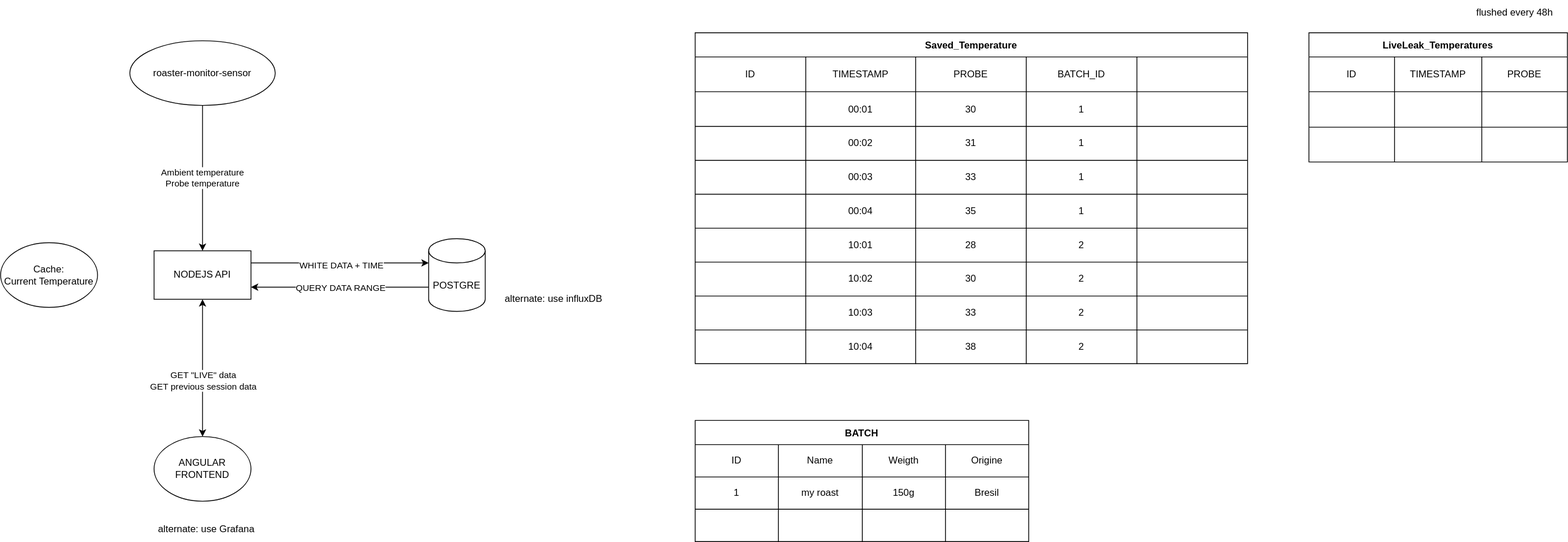
Above: structure.drawio.svg in SuperJSBros/roaster-monitor-api (draw.io), before the change. Source tidied: cells renumbered, new cells last; positions are measured from the earlier drawing's top-left corner, leaving out a move shared by most shapes.
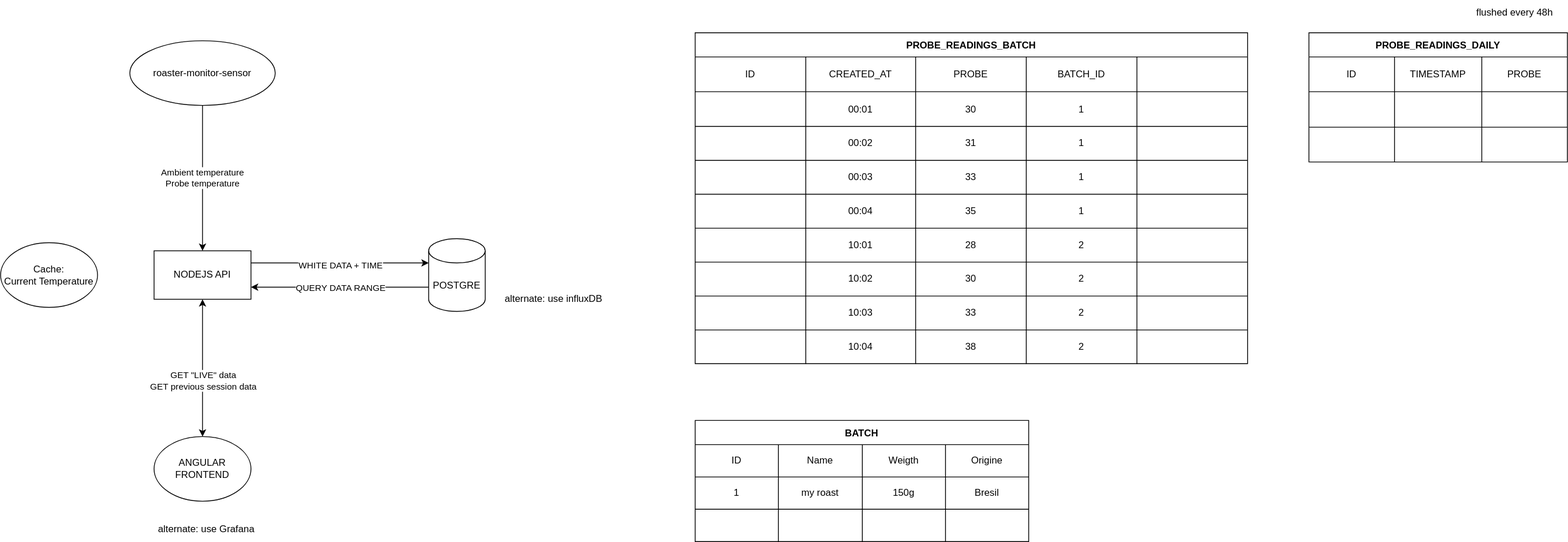
The same diagram one commit later.

Change to the diagram source:
```diff
@@ -47,7 +47,7 @@
     <mxCell id="14" value="alternate: use Grafana" style="text;html=1;strokeColor=none;fillColor=none;align=center;verticalAlign=middle;whiteSpace=wrap;rounded=0;" parent="1" vertex="1">
       <mxGeometry x="190" y="640" width="130" height="30" as="geometry" />
     </mxCell>
-    <mxCell id="15" value="Saved_Temperature" style="shape=table;startSize=30;fontStyle=1;align=center;" parent="1" vertex="1">
+    <mxCell id="15" value="PROBE_READINGS_BATCH" style="shape=table;startSize=30;fontStyle=1;align=center;" parent="1" vertex="1">
       <mxGeometry x="860" y="40" width="684" height="409.7" as="geometry" />
     </mxCell>
     <mxCell id="16" style="shape=tableRow;horizontal=0;startSize=0;swimlaneHead=0;swimlaneBody=0;top=0;left=0;bottom=0;right=0;fillColor=none;" parent="15" vertex="1">
@@ -56,7 +56,7 @@
     <mxCell id="17" value="ID" style="shape=partialRectangle;html=1;whiteSpace=wrap;fillColor=none;top=0;left=0;bottom=0;right=0;overflow=hidden;" parent="16" vertex="1">
       <mxGeometry width="137" height="43" as="geometry" />
     </mxCell>
-    <mxCell id="18" value="TIMESTAMP" style="shape=partialRectangle;html=1;whiteSpace=wrap;fillColor=none;top=0;left=0;bottom=0;right=0;overflow=hidden;" parent="16" vertex="1">
+    <mxCell id="18" value="CREATED_AT" style="shape=partialRectangle;html=1;whiteSpace=wrap;fillColor=none;top=0;left=0;bottom=0;right=0;overflow=hidden;" parent="16" vertex="1">
       <mxGeometry x="137" width="136" height="43" as="geometry" />
     </mxCell>
     <mxCell id="19" value="PROBE" style="shape=partialRectangle;html=1;whiteSpace=wrap;fillColor=none;top=0;left=0;bottom=0;right=0;overflow=hidden;" parent="16" vertex="1">
@@ -263,7 +263,7 @@
     <mxCell id="86" value="Cache:&lt;br&gt;Current Temperature" style="ellipse;whiteSpace=wrap;html=1;" parent="1" vertex="1">
       <mxGeometry y="300" width="120" height="80" as="geometry" />
     </mxCell>
-    <mxCell id="87" value="LiveLeak_Temperatures" style="shape=table;startSize=30;fontStyle=1;align=center;" parent="1" vertex="1">
+    <mxCell id="87" value="PROBE_READINGS_DAILY" style="shape=table;startSize=30;fontStyle=1;align=center;" parent="1" vertex="1">
       <mxGeometry x="1620" y="40" width="320" height="160" as="geometry" />
     </mxCell>
     <mxCell id="88" style="shape=tableRow;horizontal=0;startSize=0;swimlaneHead=0;swimlaneBody=0;top=0;left=0;bottom=0;right=0;fillColor=none;" parent="87" vertex="1">
```
